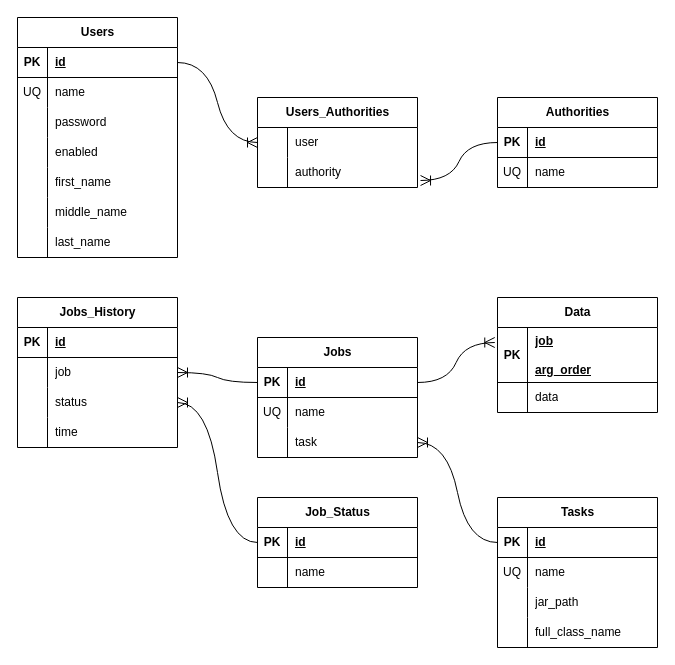
Above: System/Database/ATPS - DER.drawio in aecordoba/Automatic-Tasks-Processing-System (draw.io), before the change. Source tidied: cells renumbered, new cells numbered last; positions are measured from the earlier drawing's top-left corner, leaving out a move shared by most shapes. Both pictures are drawn from the tidied source at 100%, with x=0, y=0 at pixel (17, 17).
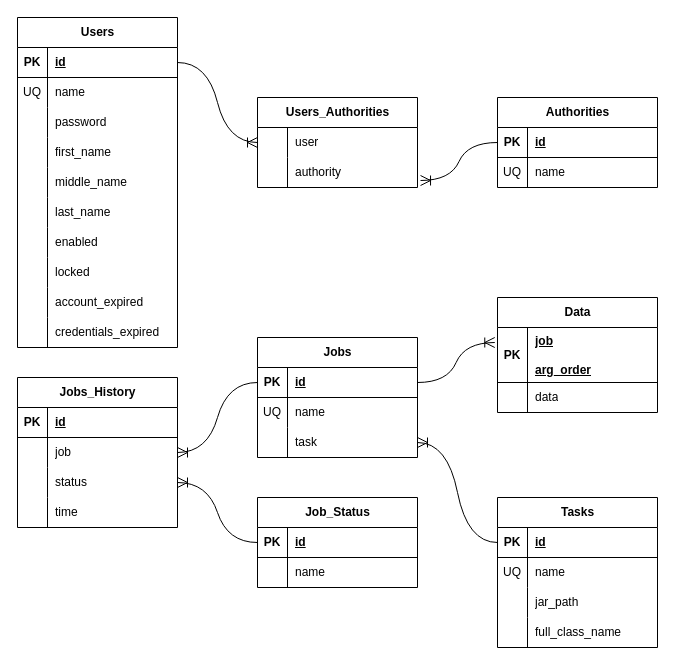
Above is the later version.

Commit message (it also covers changes not shown here):
Expired user added to DB.

The edit, as a diff of the source:
```diff
@@
     <mxCell id="32" value="Jobs_History" style="shape=table;startSize=30;childLayout=tableLayout;rowLines=0;fontStyle=1;align=center;html=1;" parent="1" vertex="1">
-      <mxGeometry y="280" width="160" height="150" as="geometry" />
+      <mxGeometry y="360" width="160" height="150" as="geometry" />
     </mxCell>
@@
     <mxCell id="56" value="Users" style="shape=table;startSize=30;childLayout=tableLayout;rowLines=0;fontStyle=1;align=center;html=1;" parent="1" vertex="1">
-      <mxGeometry width="160" height="240" as="geometry" />
+      <mxGeometry width="160" height="330" as="geometry" />
     </mxCell>
@@
-    <mxCell id="66" style="shape=tableRow;horizontal=0;startSize=0;swimlaneHead=0;swimlaneBody=0;fillColor=none;top=0;left=0;right=0;bottom=0;" parent="56" vertex="1">
-      <mxGeometry y="120" width="160" height="30" as="geometry" />
-    </mxCell>
-    <mxCell id="67" style="shape=partialRectangle;fillColor=none;top=0;left=0;bottom=0;right=0;overflow=hidden;whiteSpace=wrap;html=1;" parent="66" vertex="1">
-      <mxGeometry width="30" height="30" as="geometry" />
-    </mxCell>
-    <mxCell id="68" value="enabled" style="shape=partialRectangle;fillColor=none;top=0;left=0;bottom=0;right=0;align=left;spacingLeft=6;overflow=hidden;whiteSpace=wrap;html=1;" parent="66" vertex="1">
-      <mxGeometry x="30" width="130" height="30" as="geometry" />
-    </mxCell>
     <mxCell id="69" style="shape=tableRow;horizontal=0;startSize=0;swimlaneHead=0;swimlaneBody=0;fillColor=none;top=0;left=0;right=0;bottom=0;" parent="56" vertex="1">
-      <mxGeometry y="150" width="160" height="30" as="geometry" />
+      <mxGeometry y="120" width="160" height="30" as="geometry" />
     </mxCell>
@@
     <mxCell id="72" style="shape=tableRow;horizontal=0;startSize=0;swimlaneHead=0;swimlaneBody=0;fillColor=none;top=0;left=0;right=0;bottom=0;" parent="56" vertex="1">
-      <mxGeometry y="180" width="160" height="30" as="geometry" />
+      <mxGeometry y="150" width="160" height="30" as="geometry" />
     </mxCell>
@@
     <mxCell id="75" style="shape=tableRow;horizontal=0;startSize=0;swimlaneHead=0;swimlaneBody=0;fillColor=none;top=0;left=0;right=0;bottom=0;" parent="56" vertex="1">
-      <mxGeometry y="210" width="160" height="30" as="geometry" />
+      <mxGeometry y="180" width="160" height="30" as="geometry" />
     </mxCell>
@@
+    <mxCell id="94" style="shape=tableRow;horizontal=0;startSize=0;swimlaneHead=0;swimlaneBody=0;fillColor=none;top=0;left=0;right=0;bottom=0;" parent="56" vertex="1">
+      <mxGeometry y="210" width="160" height="30" as="geometry" />
+    </mxCell>
+    <mxCell id="95" style="shape=partialRectangle;fillColor=none;top=0;left=0;bottom=0;right=0;overflow=hidden;whiteSpace=wrap;html=1;" parent="94" vertex="1">
+      <mxGeometry width="30" height="30" as="geometry" />
+    </mxCell>
+    <mxCell id="68" value="enabled" style="shape=partialRectangle;fillColor=none;top=0;left=0;bottom=0;right=0;align=left;spacingLeft=6;overflow=hidden;whiteSpace=wrap;html=1;" parent="94" vertex="1">
+      <mxGeometry x="30" width="130" height="30" as="geometry" />
+    </mxCell>
+    <mxCell id="96" style="shape=tableRow;horizontal=0;startSize=0;swimlaneHead=0;swimlaneBody=0;fillColor=none;top=0;left=0;right=0;bottom=0;" parent="56" vertex="1">
+      <mxGeometry y="240" width="160" height="30" as="geometry" />
+    </mxCell>
+    <mxCell id="97" style="shape=partialRectangle;fillColor=none;top=0;left=0;bottom=0;right=0;overflow=hidden;whiteSpace=wrap;html=1;" parent="96" vertex="1">
+      <mxGeometry width="30" height="30" as="geometry" />
+    </mxCell>
+    <mxCell id="98" value="locked" style="shape=partialRectangle;fillColor=none;top=0;left=0;bottom=0;right=0;align=left;spacingLeft=6;overflow=hidden;whiteSpace=wrap;html=1;" parent="96" vertex="1">
+      <mxGeometry x="30" width="130" height="30" as="geometry" />
+    </mxCell>
+    <mxCell id="99" style="shape=tableRow;horizontal=0;startSize=0;swimlaneHead=0;swimlaneBody=0;fillColor=none;top=0;left=0;right=0;bottom=0;" parent="56" vertex="1">
+      <mxGeometry y="270" width="160" height="30" as="geometry" />
+    </mxCell>
+    <mxCell id="100" style="shape=partialRectangle;fillColor=none;top=0;left=0;bottom=0;right=0;overflow=hidden;whiteSpace=wrap;html=1;" parent="99" vertex="1">
+      <mxGeometry width="30" height="30" as="geometry" />
+    </mxCell>
+    <mxCell id="101" value="account_expired" style="shape=partialRectangle;fillColor=none;top=0;left=0;bottom=0;right=0;align=left;spacingLeft=6;overflow=hidden;whiteSpace=wrap;html=1;" parent="99" vertex="1">
+      <mxGeometry x="30" width="130" height="30" as="geometry" />
+    </mxCell>
+    <mxCell id="102" style="shape=tableRow;horizontal=0;startSize=0;swimlaneHead=0;swimlaneBody=0;fillColor=none;top=0;left=0;right=0;bottom=0;" parent="56" vertex="1">
+      <mxGeometry y="300" width="160" height="30" as="geometry" />
+    </mxCell>
+    <mxCell id="103" style="shape=partialRectangle;fillColor=none;top=0;left=0;bottom=0;right=0;overflow=hidden;whiteSpace=wrap;html=1;" parent="102" vertex="1">
+      <mxGeometry width="30" height="30" as="geometry" />
+    </mxCell>
+    <mxCell id="104" value="credentials_expired" style="shape=partialRectangle;fillColor=none;top=0;left=0;bottom=0;right=0;align=left;spacingLeft=6;overflow=hidden;whiteSpace=wrap;html=1;" parent="102" vertex="1">
+      <mxGeometry x="30" width="130" height="30" as="geometry" />
+    </mxCell>
```
